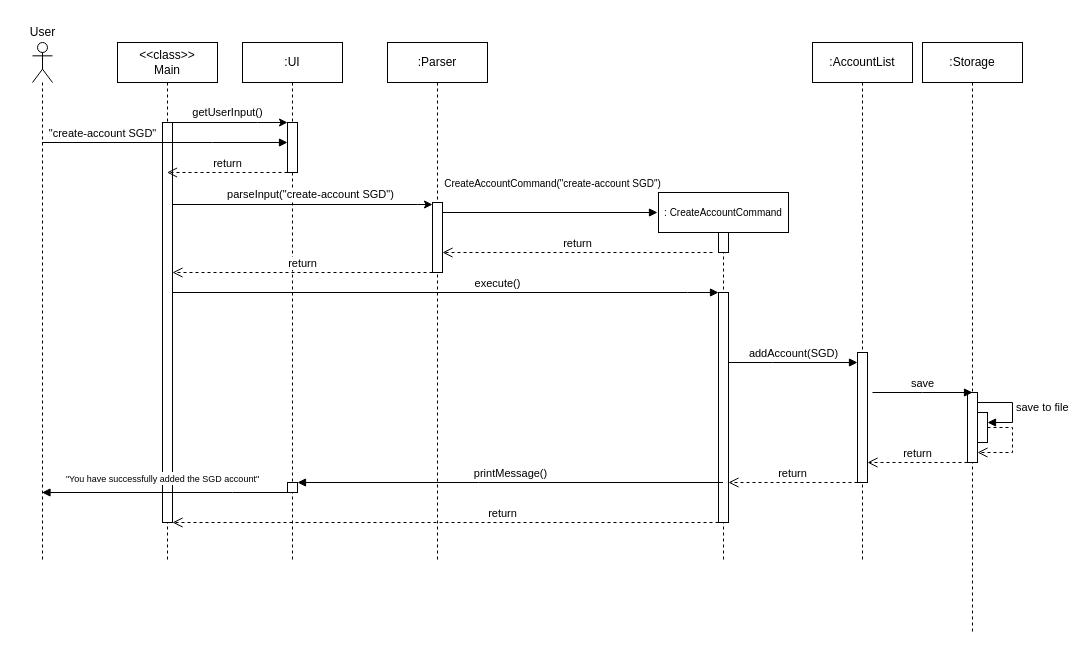
Earlier version of the draw.io diagram docs/diagrams/BasicSequence.drawio (woowenjun99/tp). Source tidied: cells renumbered, new cells numbered last; positions are measured from the earlier drawing's top-left corner, leaving out a move shared by most shapes. Both pictures are drawn from the tidied source at 100%, with x=0, y=0 at pixel (17, 17).
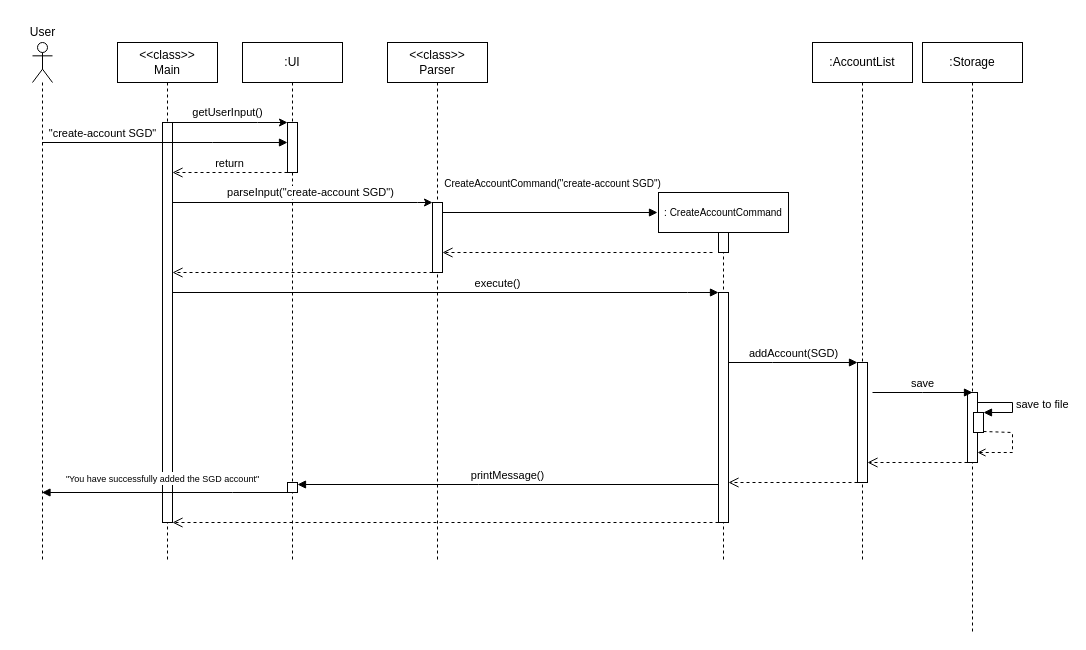
The same page after the edit.

Commit message (it also covers changes not shown here):
Fix issues with BasicSequence and ParserClassDiagram

The change refers to these unchanged cells:
```xml
<mxCell id="3" style="html=1;points=[];perimeter=orthogonalPerimeter;outlineConnect=0;targetShapes=umlLifeline;portConstraint=eastwest;newEdgeStyle={&quot;edgeStyle&quot;:&quot;elbowEdgeStyle&quot;,&quot;elbow&quot;:&quot;vertical&quot;,&quot;curved&quot;:0,&quot;rounded&quot;:0};" parent="2" vertex="1">
  <mxGeometry x="45" y="80" width="10" height="50" as="geometry" />
</mxCell>
<mxCell id="4" style="html=1;points=[];perimeter=orthogonalPerimeter;outlineConnect=0;targetShapes=umlLifeline;portConstraint=eastwest;newEdgeStyle={&quot;edgeStyle&quot;:&quot;elbowEdgeStyle&quot;,&quot;elbow&quot;:&quot;vertical&quot;,&quot;curved&quot;:0,&quot;rounded&quot;:0};" parent="2" vertex="1">
  <mxGeometry x="45" y="440" width="10" height="10" as="geometry" />
</mxCell>
<mxCell id="6" style="html=1;points=[];perimeter=orthogonalPerimeter;outlineConnect=0;targetShapes=umlLifeline;portConstraint=eastwest;newEdgeStyle={&quot;edgeStyle&quot;:&quot;elbowEdgeStyle&quot;,&quot;elbow&quot;:&quot;vertical&quot;,&quot;curved&quot;:0,&quot;rounded&quot;:0};" parent="5" vertex="1">
  <mxGeometry x="45" y="160" width="10" height="70" as="geometry" />
</mxCell>
<mxCell id="9" value="&lt;font style=&quot;font-size: 10px;&quot;&gt;:&amp;nbsp;CreateAccountCommand&lt;/font&gt;" style="shape=umlLifeline;perimeter=lifelinePerimeter;whiteSpace=wrap;html=1;outlineConnect=0;portConstraint=eastwest;newEdgeStyle={&quot;edgeStyle&quot;:&quot;elbowEdgeStyle&quot;,&quot;elbow&quot;:&quot;vertical&quot;,&quot;curved&quot;:0,&quot;rounded&quot;:0};" parent="1" vertex="1">
  <mxGeometry x="641" y="175" width="130" height="370" as="geometry" />
</mxCell>
<mxCell id="11" style="html=1;points=[];perimeter=orthogonalPerimeter;outlineConnect=0;targetShapes=umlLifeline;portConstraint=eastwest;newEdgeStyle={&quot;edgeStyle&quot;:&quot;elbowEdgeStyle&quot;,&quot;elbow&quot;:&quot;vertical&quot;,&quot;curved&quot;:0,&quot;rounded&quot;:0};" parent="9" vertex="1">
  <mxGeometry x="60" y="100" width="10" height="230" as="geometry" />
</mxCell>
<mxCell id="14" value="&amp;lt;&amp;lt;class&amp;gt;&amp;gt;&lt;br&gt;Main" style="shape=umlLifeline;perimeter=lifelinePerimeter;whiteSpace=wrap;html=1;outlineConnect=0;portConstraint=eastwest;newEdgeStyle={&quot;edgeStyle&quot;:&quot;elbowEdgeStyle&quot;,&quot;elbow&quot;:&quot;vertical&quot;,&quot;curved&quot;:0,&quot;rounded&quot;:0};" parent="1" vertex="1">
  <mxGeometry x="100" y="25" width="100" height="520" as="geometry" />
</mxCell>
<mxCell id="15" style="html=1;points=[];perimeter=orthogonalPerimeter;outlineConnect=0;targetShapes=umlLifeline;portConstraint=eastwest;newEdgeStyle={&quot;edgeStyle&quot;:&quot;elbowEdgeStyle&quot;,&quot;elbow&quot;:&quot;vertical&quot;,&quot;curved&quot;:0,&quot;rounded&quot;:0};" parent="14" vertex="1">
  <mxGeometry x="45" y="80" width="10" height="400" as="geometry" />
</mxCell>
<mxCell id="21" value=":AccountList" style="shape=umlLifeline;perimeter=lifelinePerimeter;whiteSpace=wrap;html=1;newEdgeStyle={&quot;edgeStyle&quot;:&quot;elbowEdgeStyle&quot;,&quot;elbow&quot;:&quot;vertical&quot;,&quot;curved&quot;:0,&quot;rounded&quot;:0};" parent="1" vertex="1">
  <mxGeometry x="795" y="25" width="100" height="520" as="geometry" />
</mxCell>
<mxCell id="24" value=":Storage" style="shape=umlLifeline;perimeter=lifelinePerimeter;whiteSpace=wrap;html=1;newEdgeStyle={&quot;edgeStyle&quot;:&quot;elbowEdgeStyle&quot;,&quot;elbow&quot;:&quot;vertical&quot;,&quot;curved&quot;:0,&quot;rounded&quot;:0};" parent="1" vertex="1">
  <mxGeometry x="905" y="25" width="100" height="590" as="geometry" />
</mxCell>
<mxCell id="25" style="html=1;points=[];perimeter=orthogonalPerimeter;outlineConnect=0;targetShapes=umlLifeline;portConstraint=eastwest;newEdgeStyle={&quot;edgeStyle&quot;:&quot;elbowEdgeStyle&quot;,&quot;elbow&quot;:&quot;vertical&quot;,&quot;curved&quot;:0,&quot;rounded&quot;:0};" parent="24" vertex="1">
  <mxGeometry x="45" y="350" width="10" height="70" as="geometry" />
</mxCell>
```

What changed in the source:
```diff
@@
-    <mxCell id="5" value=":Parser" style="shape=umlLifeline;perimeter=lifelinePerimeter;whiteSpace=wrap;html=1;newEdgeStyle={&quot;edgeStyle&quot;:&quot;elbowEdgeStyle&quot;,&quot;elbow&quot;:&quot;vertical&quot;,&quot;curved&quot;:0,&quot;rounded&quot;:0};" parent="1" vertex="1">
+    <mxCell id="5" value="&amp;lt;&amp;lt;class&amp;gt;&amp;gt;&lt;br&gt;Parser" style="shape=umlLifeline;perimeter=lifelinePerimeter;whiteSpace=wrap;html=1;newEdgeStyle={&quot;edgeStyle&quot;:&quot;elbowEdgeStyle&quot;,&quot;elbow&quot;:&quot;vertical&quot;,&quot;curved&quot;:0,&quot;rounded&quot;:0};" parent="1" vertex="1">
       <mxGeometry x="370" y="25" width="100" height="520" as="geometry" />
     </mxCell>
@@
-    <mxCell id="7" value="return" style="html=1;verticalAlign=bottom;endArrow=open;dashed=1;endSize=8;edgeStyle=elbowEdgeStyle;elbow=vertical;curved=0;rounded=0;" parent="1" edge="1" source="6" target="15">
+    <mxCell id="7" style="html=1;verticalAlign=bottom;endArrow=open;dashed=1;endSize=8;edgeStyle=elbowEdgeStyle;elbow=vertical;curved=0;rounded=0;" parent="1" edge="1" source="6" target="15">
       <mxGeometry relative="1" as="geometry">
         <Array as="points">
           <mxPoint x="410" y="255" />
           <mxPoint x="340" y="225" />
           <mxPoint x="410" y="195" />
           <mxPoint x="375" y="265" />
         </Array>
       </mxGeometry>
     </mxCell>
-    <mxCell id="8" value="parseInput(&quot;create-account SGD&quot;)" style="endArrow=classic;html=1;rounded=0;" parent="1" edge="1" target="6">
+    <mxCell id="8" value="parseInput(&quot;create-account SGD&quot;)" style="endArrow=classic;html=1;rounded=0;" parent="1" edge="1">
       <mxGeometry x="0.06" y="10" relative="1" as="geometry">
-        <mxPoint x="155" y="187" as="sourcePoint" />
+        <mxPoint x="155" y="185" as="sourcePoint" />
+        <mxPoint x="415" y="185" as="targetPoint" />
         <Array as="points">
-          <mxPoint x="400" y="187" />
+          <mxPoint x="400" y="185" />
         </Array>
       </mxGeometry>
     </mxCell>
@@
-    <mxCell id="13" value="return" style="html=1;verticalAlign=bottom;endArrow=open;dashed=1;endSize=8;edgeStyle=elbowEdgeStyle;elbow=vertical;curved=0;rounded=0;" parent="1" edge="1" target="6">
+    <mxCell id="13" style="html=1;verticalAlign=bottom;endArrow=open;dashed=1;endSize=8;edgeStyle=elbowEdgeStyle;elbow=vertical;curved=0;rounded=0;" parent="1" edge="1" target="6">
       <mxGeometry relative="1" as="geometry">
         <mxPoint x="695" y="235" as="sourcePoint" />
       </mxGeometry>
     </mxCell>
@@
-    <mxCell id="19" value="return" style="html=1;verticalAlign=bottom;endArrow=open;dashed=1;endSize=8;edgeStyle=elbowEdgeStyle;elbow=vertical;curved=0;rounded=0;" parent="1" edge="1" source="3" target="14">
+    <mxCell id="19" value="return" style="html=1;verticalAlign=bottom;endArrow=open;dashed=1;endSize=8;edgeStyle=elbowEdgeStyle;elbow=vertical;curved=0;rounded=0;" parent="1" edge="1" source="3">
       <mxGeometry relative="1" as="geometry">
+        <mxPoint x="155" y="155" as="targetPoint" />
         <Array as="points">
           <mxPoint x="260" y="155" />
         </Array>
       </mxGeometry>
     </mxCell>
@@
     <mxCell id="22" style="html=1;points=[];perimeter=orthogonalPerimeter;outlineConnect=0;targetShapes=umlLifeline;portConstraint=eastwest;newEdgeStyle={&quot;edgeStyle&quot;:&quot;elbowEdgeStyle&quot;,&quot;elbow&quot;:&quot;vertical&quot;,&quot;curved&quot;:0,&quot;rounded&quot;:0};" parent="21" vertex="1">
-      <mxGeometry x="45" y="310" width="10" height="130" as="geometry" />
+      <mxGeometry x="45" y="320" width="10" height="120" as="geometry" />
     </mxCell>
@@
     <mxCell id="26" style="html=1;points=[];perimeter=orthogonalPerimeter;outlineConnect=0;targetShapes=umlLifeline;portConstraint=eastwest;newEdgeStyle={&quot;edgeStyle&quot;:&quot;elbowEdgeStyle&quot;,&quot;elbow&quot;:&quot;vertical&quot;,&quot;curved&quot;:0,&quot;rounded&quot;:0};" parent="24" vertex="1">
-      <mxGeometry x="55" y="370" width="10" height="30" as="geometry" />
+      <mxGeometry x="51" y="370" width="10" height="20" as="geometry" />
     </mxCell>
     <mxCell id="27" value="save to file" style="html=1;align=left;spacingLeft=2;endArrow=block;rounded=0;edgeStyle=orthogonalEdgeStyle;curved=0;rounded=0;" parent="24" edge="1" source="25" target="26">
       <mxGeometry relative="1" as="geometry">
         <Array as="points">
           <mxPoint x="90" y="360" />
-          <mxPoint x="90" y="380" />
+          <mxPoint x="90" y="370" />
         </Array>
       </mxGeometry>
     </mxCell>
-    <mxCell id="28" style="html=1;verticalAlign=bottom;endArrow=open;dashed=1;endSize=8;edgeStyle=elbowEdgeStyle;elbow=vertical;curved=0;rounded=0;" parent="24" edge="1" source="26" target="25">
-      <mxGeometry x="0.33" y="22" relative="1" as="geometry">
-        <Array as="points">
-          <mxPoint x="90" y="410" />
-        </Array>
-        <mxPoint x="20" y="-12" as="offset" />
-      </mxGeometry>
-    </mxCell>
@@
-    <mxCell id="30" value="return" style="html=1;verticalAlign=bottom;endArrow=open;dashed=1;endSize=8;edgeStyle=elbowEdgeStyle;elbow=vertical;curved=0;rounded=0;" parent="1" edge="1" source="25" target="22">
+    <mxCell id="30" style="html=1;verticalAlign=bottom;endArrow=open;dashed=1;endSize=8;edgeStyle=elbowEdgeStyle;elbow=vertical;curved=0;rounded=0;" parent="1" edge="1" source="25" target="22">
       <mxGeometry relative="1" as="geometry">
         <Array as="points">
           <mxPoint x="915" y="445" />
         </Array>
       </mxGeometry>
     </mxCell>
-    <mxCell id="31" value="return" style="html=1;verticalAlign=bottom;endArrow=open;dashed=1;endSize=8;edgeStyle=elbowEdgeStyle;elbow=vertical;curved=0;rounded=0;" parent="1" edge="1" source="22" target="11">
+    <mxCell id="31" style="html=1;verticalAlign=bottom;endArrow=open;dashed=1;endSize=8;edgeStyle=elbowEdgeStyle;elbow=vertical;curved=0;rounded=0;" parent="1" edge="1" source="22" target="11">
       <mxGeometry relative="1" as="geometry">
         <Array as="points">
           <mxPoint x="776" y="465" />
         </Array>
       </mxGeometry>
     </mxCell>
-    <mxCell id="32" value="printMessage()" style="html=1;verticalAlign=bottom;endArrow=block;edgeStyle=elbowEdgeStyle;elbow=vertical;curved=0;rounded=0;" parent="1" edge="1" source="9" target="4">
+    <mxCell id="32" value="printMessage()" style="html=1;verticalAlign=bottom;endArrow=block;edgeStyle=elbowEdgeStyle;elbow=vertical;curved=0;rounded=0;" parent="1" edge="1" source="11">
       <mxGeometry relative="1" as="geometry">
+        <mxPoint x="280" y="467" as="targetPoint" />
         <Array as="points">
-          <mxPoint x="461" y="465" />
+          <mxPoint x="461" y="467" />
         </Array>
       </mxGeometry>
     </mxCell>
@@
-    <mxCell id="34" value="return" style="html=1;verticalAlign=bottom;endArrow=open;dashed=1;endSize=8;edgeStyle=elbowEdgeStyle;elbow=vertical;curved=0;rounded=0;" parent="1" edge="1" source="11" target="15">
+    <mxCell id="34" style="html=1;verticalAlign=bottom;endArrow=open;dashed=1;endSize=8;edgeStyle=elbowEdgeStyle;elbow=vertical;curved=0;rounded=0;" parent="1" edge="1" source="11" target="15">
       <mxGeometry x="-0.21" relative="1" as="geometry">
         <Array as="points">
           <mxPoint x="455" y="505" />
         </Array>
       </mxGeometry>
     </mxCell>
@@
+    <mxCell id="36" style="endArrow=none;dashed=1;html=1;strokeWidth=1;rounded=0;" parent="1" edge="1">
+      <mxGeometry relative="1" as="geometry">
+        <mxPoint x="966" y="414" as="sourcePoint" />
+        <mxPoint x="995" y="415" as="targetPoint" />
+      </mxGeometry>
+    </mxCell>
+    <mxCell id="37" style="endArrow=none;dashed=1;html=1;strokeWidth=1;rounded=0;startArrow=open;startFill=0;" parent="1" edge="1" source="25">
+      <mxGeometry relative="1" as="geometry">
+        <mxPoint x="995" y="415" as="targetPoint" />
+        <Array as="points">
+          <mxPoint x="995" y="435" />
+        </Array>
+      </mxGeometry>
+    </mxCell>
```
